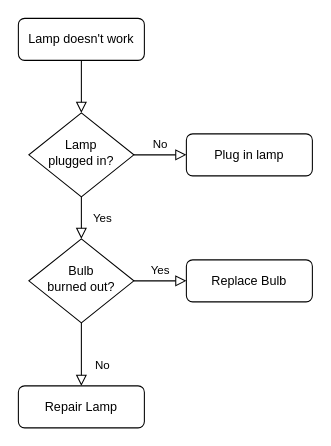
The draw.io diagram Untitled Diagram.drawio in MiYa-WX/vue-my, before the edit. Source tidied: cells renumbered, new cells numbered last; positions are measured from the earlier drawing's top-left corner, leaving out a move shared by most shapes. Both pictures are drawn from the tidied source at 105%, with x=0, y=0 at pixel (18, 18).
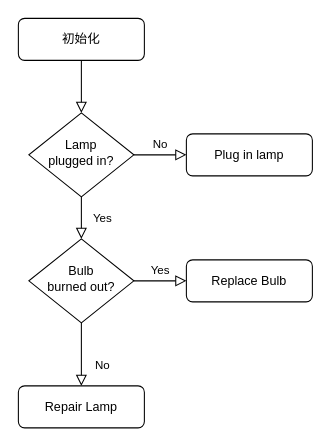
The same page after the edit.

What changed in the source:
```diff
@@
 <mxGraphModel>
   <root>
     <mxCell id="0" />
     <mxCell id="1" parent="0" />
     <mxCell id="2" style="rounded=0;html=1;jettySize=auto;fontSize=11;endArrow=block;endFill=0;endSize=8;strokeWidth=1;shadow=0;labelBackgroundColor=none;edgeStyle=orthogonalEdgeStyle;" parent="1" edge="1" source="3" target="6">
       <mxGeometry relative="1" as="geometry" />
     </mxCell>
-    <mxCell id="3" value="Lamp doesn't work" style="rounded=1;whiteSpace=wrap;html=1;fontSize=12;glass=0;strokeWidth=1;shadow=0;" parent="1" vertex="1">
+    <mxCell id="3" value="初始化" style="rounded=1;whiteSpace=wrap;html=1;fontSize=12;glass=0;strokeWidth=1;shadow=0;" parent="1" vertex="1">
       <mxGeometry width="120" height="40" as="geometry" />
     </mxCell>
     <mxCell id="4" value="Yes" style="rounded=0;html=1;jettySize=auto;fontSize=11;endArrow=block;endFill=0;endSize=8;strokeWidth=1;shadow=0;labelBackgroundColor=none;edgeStyle=orthogonalEdgeStyle;" parent="1" edge="1" source="6" target="10">
       <mxGeometry y="20" relative="1" as="geometry" />
     </mxCell>
     <mxCell id="5" value="No" style="edgeStyle=orthogonalEdgeStyle;rounded=0;html=1;jettySize=auto;fontSize=11;endArrow=block;endFill=0;endSize=8;strokeWidth=1;shadow=0;labelBackgroundColor=none;" parent="1" edge="1" source="6" target="7">
       <mxGeometry y="10" relative="1" as="geometry" />
     </mxCell>
     <mxCell id="6" value="Lamp&lt;br&gt;plugged in?" style="rhombus;whiteSpace=wrap;html=1;shadow=0;fontFamily=Helvetica;fontSize=12;align=center;strokeWidth=1;spacing=6;spacingTop=-4;" parent="1" vertex="1">
       <mxGeometry x="10" y="90" width="100" height="80" as="geometry" />
     </mxCell>
     <mxCell id="7" value="Plug in lamp" style="rounded=1;whiteSpace=wrap;html=1;fontSize=12;glass=0;strokeWidth=1;shadow=0;" parent="1" vertex="1">
       <mxGeometry x="160" y="110" width="120" height="40" as="geometry" />
     </mxCell>
     <mxCell id="8" value="No" style="rounded=0;html=1;jettySize=auto;fontSize=11;endArrow=block;endFill=0;endSize=8;strokeWidth=1;shadow=0;labelBackgroundColor=none;edgeStyle=orthogonalEdgeStyle;" parent="1" edge="1" source="10" target="11">
       <mxGeometry x="0.33" y="20" relative="1" as="geometry" />
     </mxCell>
     <mxCell id="9" value="Yes" style="edgeStyle=orthogonalEdgeStyle;rounded=0;html=1;jettySize=auto;fontSize=11;endArrow=block;endFill=0;endSize=8;strokeWidth=1;shadow=0;labelBackgroundColor=none;" parent="1" edge="1" source="10" target="12">
       <mxGeometry y="10" relative="1" as="geometry" />
     </mxCell>
     <mxCell id="10" value="Bulb&lt;br&gt;burned out?" style="rhombus;whiteSpace=wrap;html=1;shadow=0;fontFamily=Helvetica;fontSize=12;align=center;strokeWidth=1;spacing=6;spacingTop=-4;" parent="1" vertex="1">
       <mxGeometry x="10" y="210" width="100" height="80" as="geometry" />
     </mxCell>
     <mxCell id="11" value="Repair Lamp" style="rounded=1;whiteSpace=wrap;html=1;fontSize=12;glass=0;strokeWidth=1;shadow=0;" parent="1" vertex="1">
       <mxGeometry y="350" width="120" height="40" as="geometry" />
     </mxCell>
     <mxCell id="12" value="Replace Bulb" style="rounded=1;whiteSpace=wrap;html=1;fontSize=12;glass=0;strokeWidth=1;shadow=0;" parent="1" vertex="1">
       <mxGeometry x="160" y="230" width="120" height="40" as="geometry" />
     </mxCell>
   </root>
 </mxGraphModel>
```
